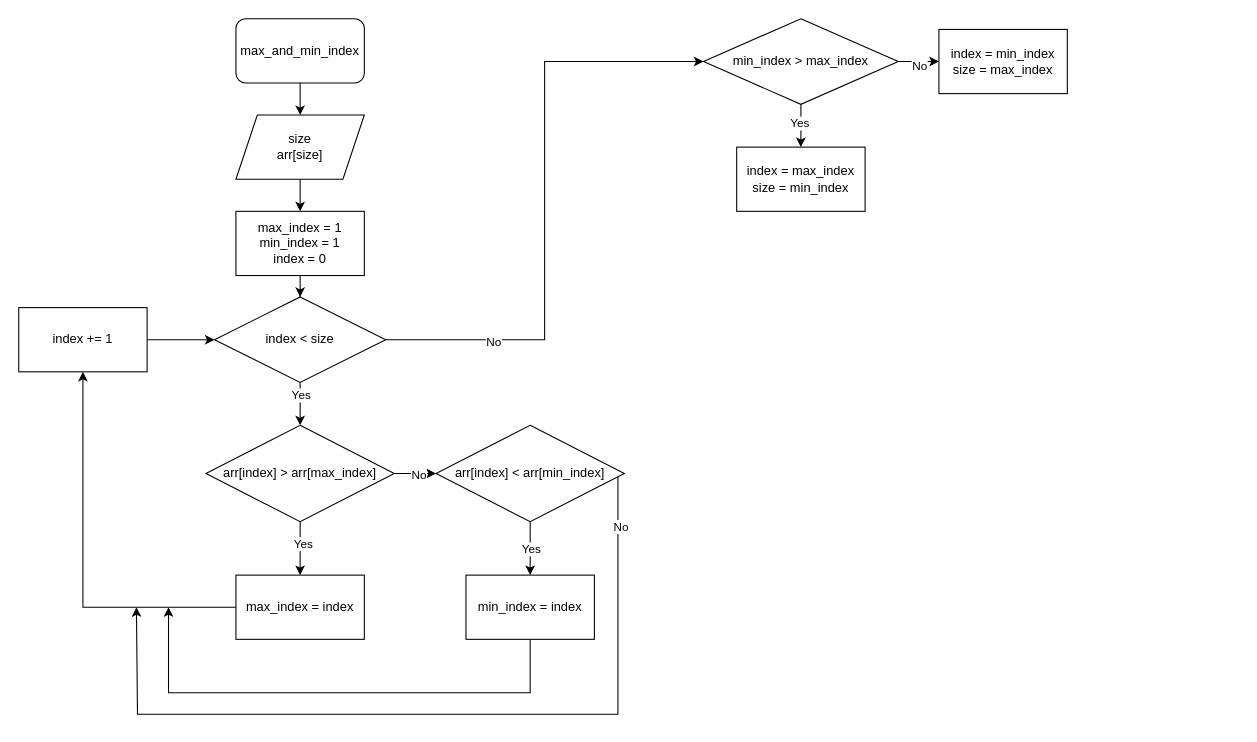
This is max_and_min_index.drawio from beemaster1972/beegeek, a draw.io file, before an edit. Source tidied: cells renumbered, new cells numbered last; positions are measured from the earlier drawing's top-left corner, leaving out a move shared by most shapes. Both pictures are drawn from the tidied source at 107%, with x=0, y=0 at pixel (18, 18).
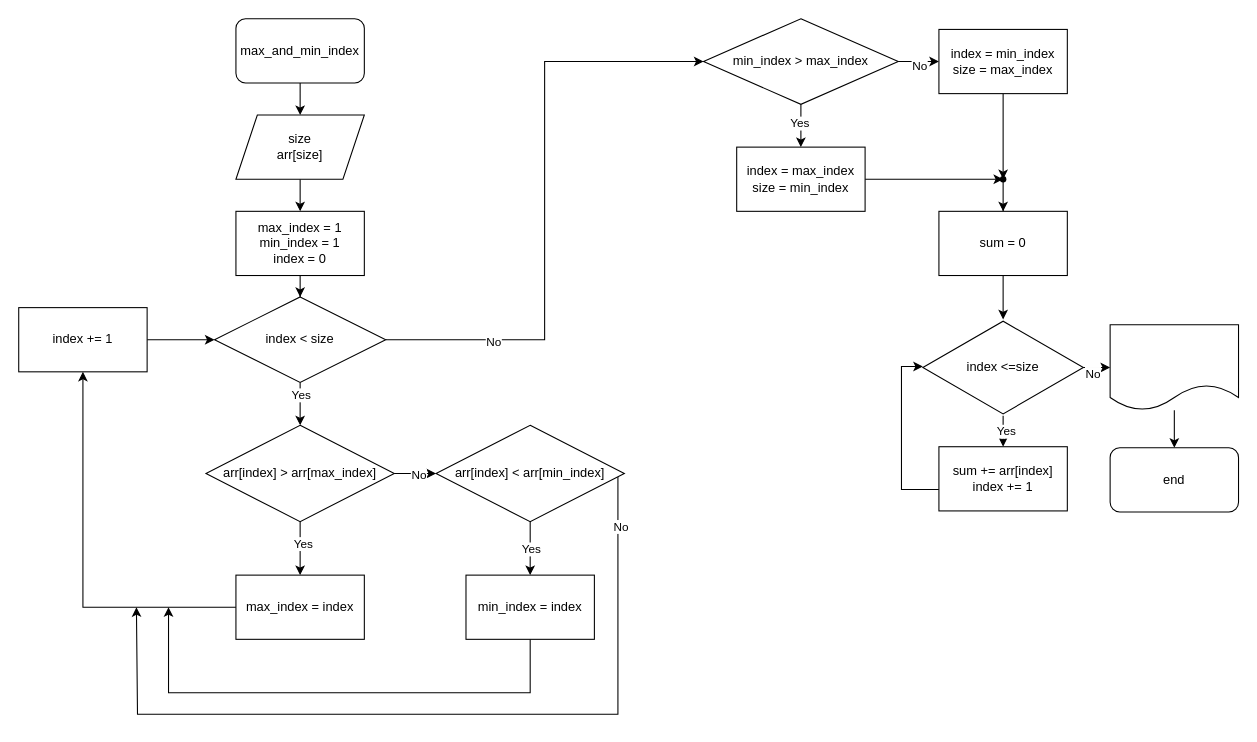
Above is the later version.

Unchanged cells that the change refers to:
```xml
<mxCell id="35" value="index = max_index&lt;br&gt;size = min_index" style="rounded=0;whiteSpace=wrap;html=1;" parent="1" vertex="1">
  <mxGeometry x="671" y="120" width="120" height="60" as="geometry" />
</mxCell>
<mxCell id="36" value="index = min_index&lt;br&gt;size = max_index" style="rounded=0;whiteSpace=wrap;html=1;" parent="1" vertex="1">
  <mxGeometry x="860" y="10" width="120" height="60" as="geometry" />
</mxCell>
```

Change to the diagram source:
```diff
@@
+    <mxCell id="37" style="edgeStyle=orthogonalEdgeStyle;rounded=0;jettySize=auto;html=1;" parent="1" edge="1" source="35" target="40">
+      <mxGeometry relative="1" as="geometry" />
+    </mxCell>
@@
+    <mxCell id="38" style="edgeStyle=orthogonalEdgeStyle;rounded=0;jettySize=auto;html=1;" parent="1" edge="1" source="36" target="40">
+      <mxGeometry relative="1" as="geometry" />
+    </mxCell>
@@
+    <mxCell id="39" style="edgeStyle=orthogonalEdgeStyle;rounded=0;jettySize=auto;html=1;" parent="1" edge="1" source="40" target="47">
+      <mxGeometry relative="1" as="geometry" />
+    </mxCell>
+    <mxCell id="40" style="shape=waypoint;sketch=0;size=6;points=[];fillColor=default;perimeter=centerPerimeter;snapToPoint=1;rounded=0;" parent="1" vertex="1">
+      <mxGeometry x="910" y="140" width="20" height="20" as="geometry" />
+    </mxCell>
+    <mxCell id="41" style="edgeStyle=orthogonalEdgeStyle;rounded=0;jettySize=auto;html=1;" parent="1" edge="1" source="45" target="49">
+      <mxGeometry relative="1" as="geometry" />
+    </mxCell>
+    <mxCell id="42" value="Yes" style="edgeLabel;html=1;align=center;verticalAlign=middle;" parent="41" vertex="1">
+      <mxGeometry x="0.41" y="2" relative="1" as="geometry" />
+    </mxCell>
+    <mxCell id="43" style="edgeStyle=orthogonalEdgeStyle;rounded=0;jettySize=auto;html=1;" parent="1" edge="1" source="45" target="51">
+      <mxGeometry relative="1" as="geometry" />
+    </mxCell>
+    <mxCell id="44" value="No" style="edgeLabel;html=1;align=center;verticalAlign=middle;" parent="43" vertex="1">
+      <mxGeometry x="0.38" y="-5" relative="1" as="geometry" />
+    </mxCell>
+    <mxCell id="45" value="index &amp;lt;=size" style="html=1;whiteSpace=wrap;shape=isoRectangle;" parent="1" vertex="1">
+      <mxGeometry x="845" y="281" width="150" height="90" as="geometry" />
+    </mxCell>
+    <mxCell id="46" style="edgeStyle=orthogonalEdgeStyle;rounded=0;jettySize=auto;html=1;" parent="1" edge="1" source="47" target="45">
+      <mxGeometry relative="1" as="geometry" />
+    </mxCell>
+    <mxCell id="47" value="sum = 0" style="rounded=0;whiteSpace=wrap;html=1;" parent="1" vertex="1">
+      <mxGeometry x="860" y="180" width="120" height="60" as="geometry" />
+    </mxCell>
+    <mxCell id="48" style="edgeStyle=orthogonalEdgeStyle;rounded=0;jettySize=auto;html=1;entryX=0;entryY=0.489;entryDx=0;entryDy=0;entryPerimeter=0;" parent="1" edge="1" source="49" target="45">
+      <mxGeometry relative="1" as="geometry">
+        <Array as="points">
+          <mxPoint x="825" y="440" />
+          <mxPoint x="825" y="325" />
+        </Array>
+      </mxGeometry>
+    </mxCell>
+    <mxCell id="49" value="sum += arr[index]&lt;br&gt;index += 1" style="rounded=0;whiteSpace=wrap;html=1;" parent="1" vertex="1">
+      <mxGeometry x="860" y="400" width="120" height="60" as="geometry" />
+    </mxCell>
+    <mxCell id="50" style="edgeStyle=orthogonalEdgeStyle;rounded=0;jettySize=auto;html=1;" parent="1" edge="1" source="51" target="52">
+      <mxGeometry relative="1" as="geometry" />
+    </mxCell>
+    <mxCell id="51" style="shape=document;whiteSpace=wrap;html=1;boundedLbl=1;" parent="1" vertex="1">
+      <mxGeometry x="1020" y="286" width="120" height="80" as="geometry" />
+    </mxCell>
+    <mxCell id="52" value="end" style="rounded=1;whiteSpace=wrap;html=1;" parent="1" vertex="1">
+      <mxGeometry x="1020" y="401" width="120" height="60" as="geometry" />
+    </mxCell>
```
